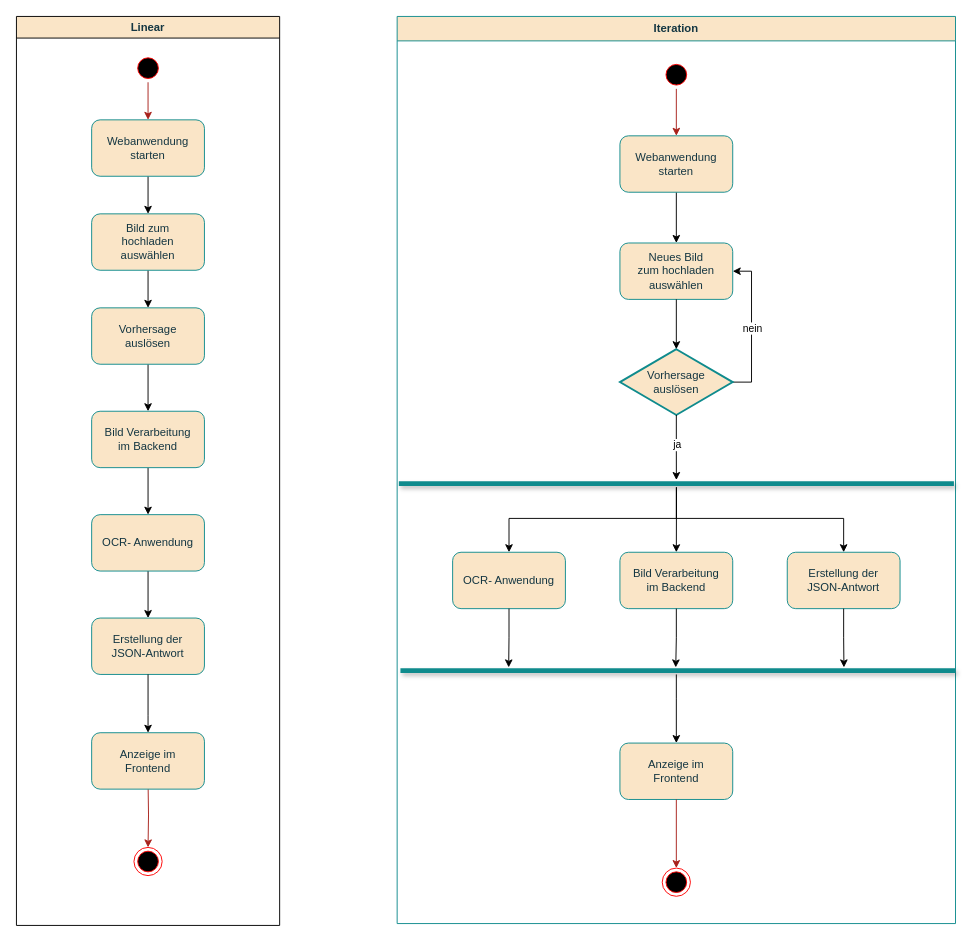
Before: YOLO_Aktivität_Diagramm.drawio in PythonPokemon/Draw.io, a draw.io diagram. Source tidied: cells renumbered, new cells numbered last; positions are measured from the earlier drawing's top-left corner, leaving out a move shared by most shapes. Both pictures are drawn from the tidied source at 94%, with x=0, y=0 at pixel (16, 16).
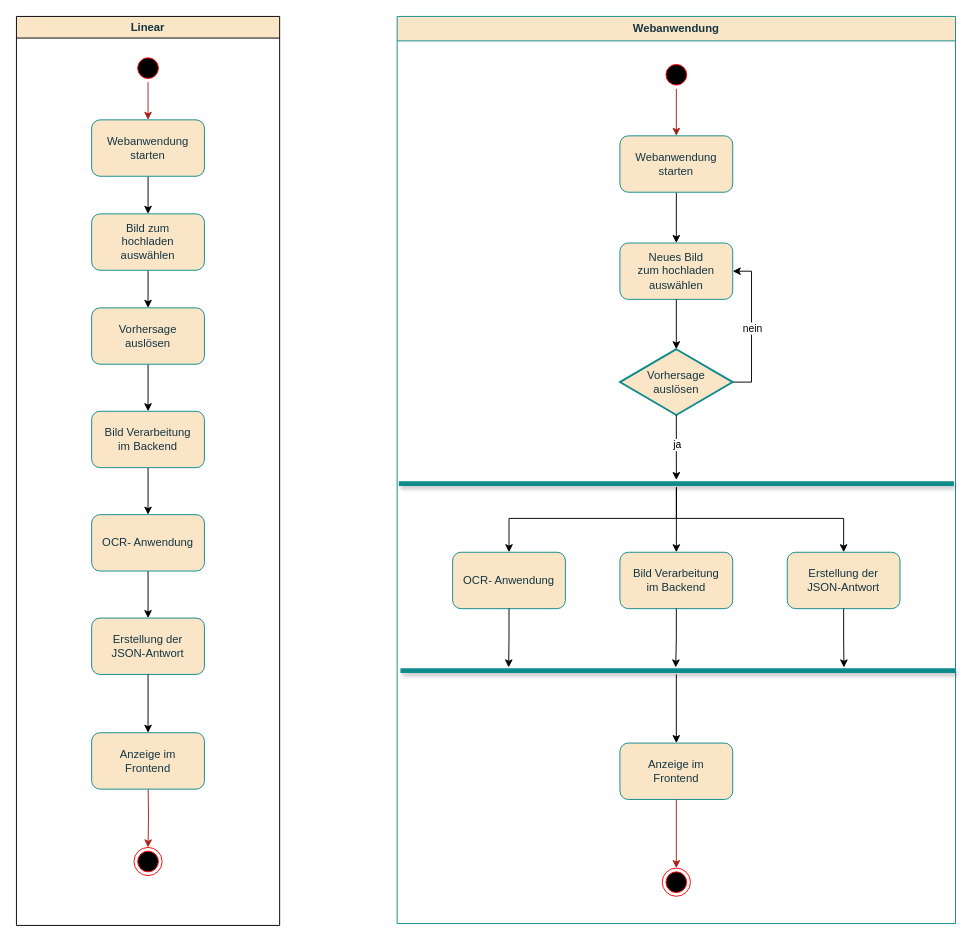
The same diagram, later.

Diff of the diagram source:
```diff
@@
-    <mxCell id="20" value="Iteration" style="swimlane;whiteSpace=wrap;labelBackgroundColor=none;fillColor=#FAE5C7;strokeColor=#0F8B8D;fontColor=#143642;startSize=26;" parent="1" vertex="1">
+    <mxCell id="20" value="Webanwendung" style="swimlane;whiteSpace=wrap;labelBackgroundColor=none;fillColor=#FAE5C7;strokeColor=#0F8B8D;fontColor=#143642;startSize=26;" parent="1" vertex="1">
       <mxGeometry x="405" width="594" height="965" as="geometry" />
     </mxCell>
```
